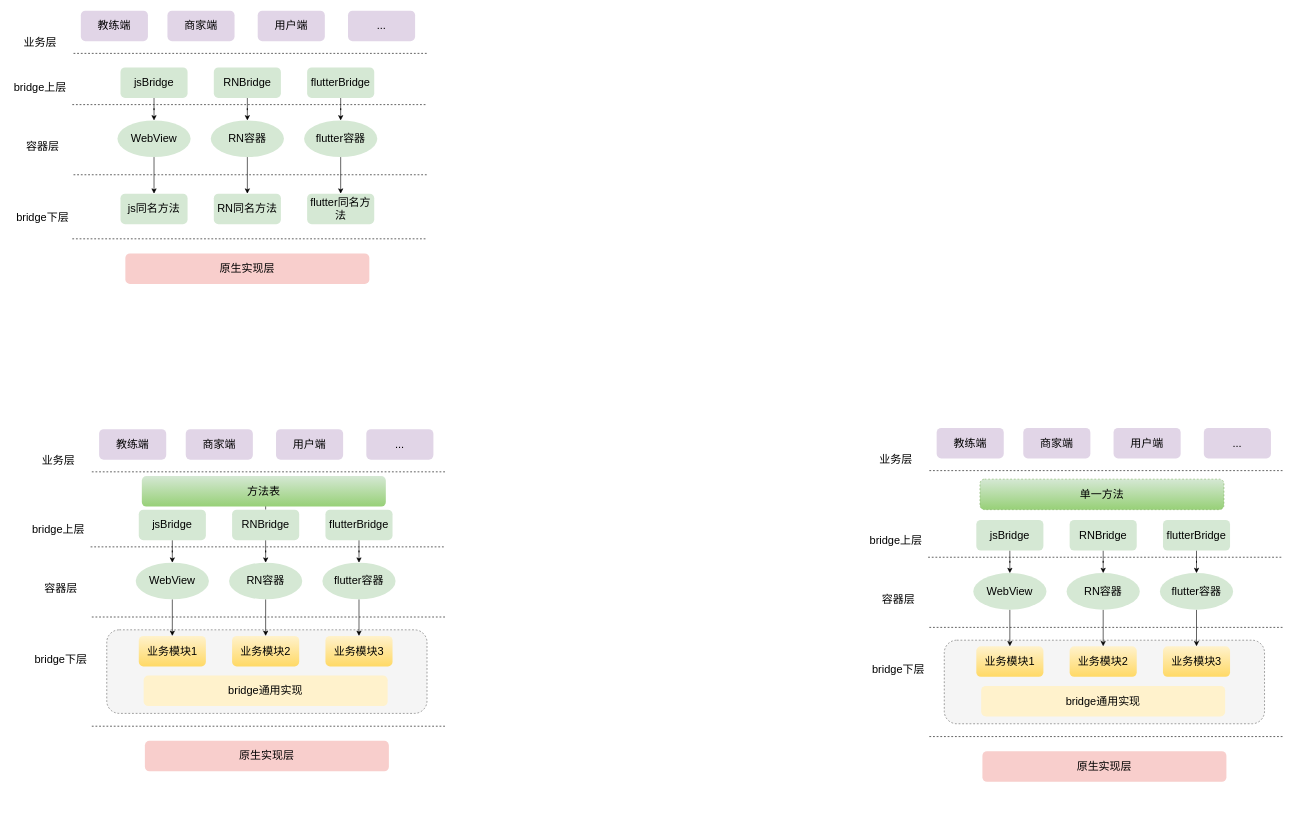
Earlier version of the draw.io diagram page "第 1 页" (1 of 3) of .drawio-chrome/通用bridge.drawio (yyht800/SiGuoYa). Source tidied: cells renumbered, new cells numbered last; positions are measured from the earlier drawing's top-left corner, leaving out a move shared by most shapes. Both pictures are drawn from the tidied source at 61%, with x=0, y=0 at pixel (10, 10).
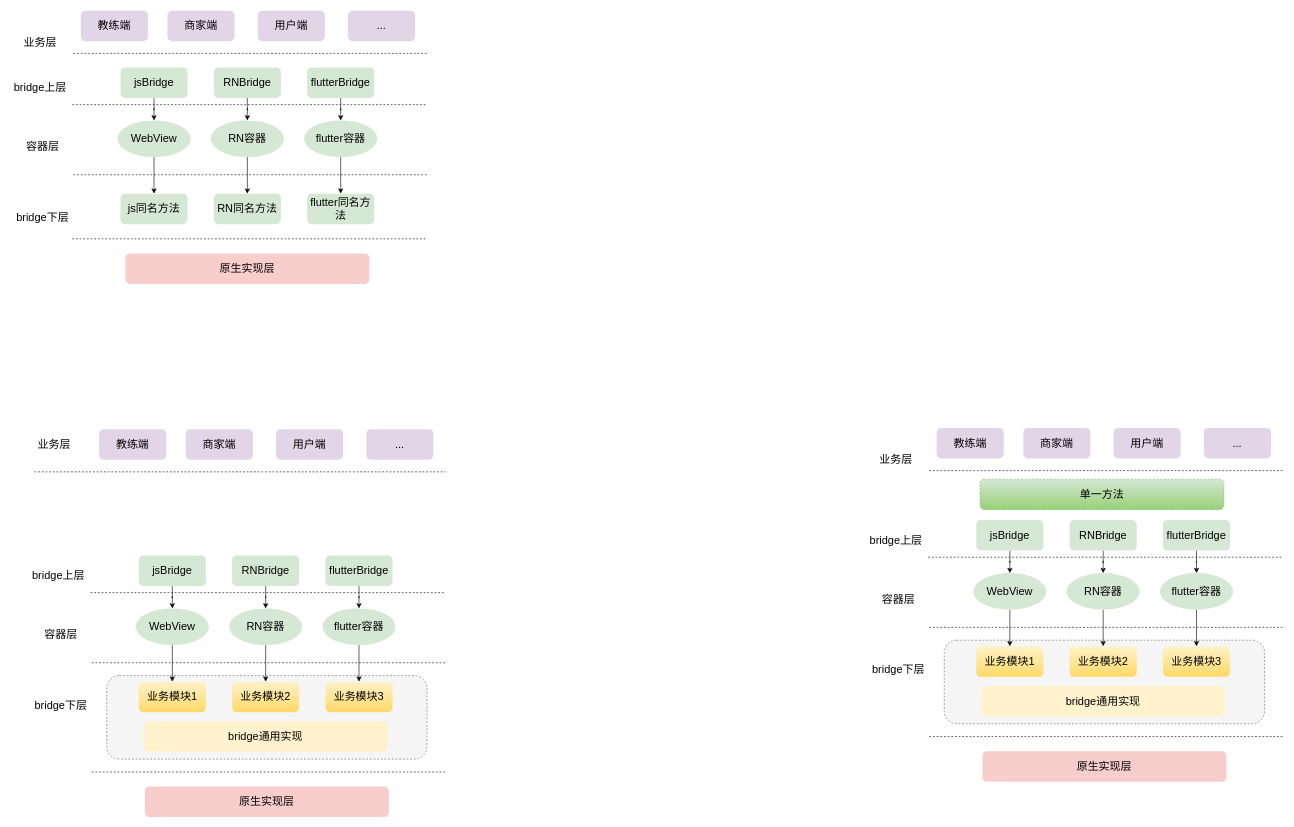
The same page after the edit.

Change to the diagram source:
```diff
@@
     <mxCell id="2" style="rounded=1;whiteSpace=wrap;html=1;dashed=1;fontSize=18;strokeWidth=1;fillColor=#f5f5f5;strokeColor=#666666;fontColor=#333333;" parent="1" vertex="1">
-      <mxGeometry x="157.5" y="1015" width="525" height="137" as="geometry" />
+      <mxGeometry x="157.5" y="1090" width="525" height="137" as="geometry" />
     </mxCell>
@@
     <mxCell id="31" style="line;strokeWidth=1;html=1;dashed=1;" parent="1" vertex="1">
-      <mxGeometry x="133" y="751" width="580" height="10" as="geometry" />
+      <mxGeometry x="39" y="751" width="674" height="10" as="geometry" />
     </mxCell>
     <mxCell id="32" value="业务层" style="text;html=1;align=center;verticalAlign=middle;strokeColor=none;fillColor=none;fontSize=18;" parent="1" vertex="1">
-      <mxGeometry x="43" y="723" width="70" height="30" as="geometry" />
+      <mxGeometry x="36" y="696" width="70" height="30" as="geometry" />
     </mxCell>
@@
     <mxCell id="37" value="bridge上层" style="text;html=1;align=center;verticalAlign=middle;strokeColor=none;fillColor=none;fontSize=18;" parent="1" vertex="1">
-      <mxGeometry x="30" y="838" width="96" height="26" as="geometry" />
+      <mxGeometry x="30" y="913" width="96" height="26" as="geometry" />
     </mxCell>
     <mxCell id="38" style="line;strokeWidth=1;html=1;dashed=1;" parent="1" vertex="1">
-      <mxGeometry x="131" y="874" width="580" height="10" as="geometry" />
+      <mxGeometry x="131" y="949" width="580" height="10" as="geometry" />
     </mxCell>
@@
     <mxCell id="40" value="jsBridge" style="rounded=1;whiteSpace=wrap;html=1;dashed=1;fontSize=18;strokeWidth=1;strokeColor=none;fillColor=#d5e8d4;" parent="1" vertex="1">
-      <mxGeometry x="210" y="818" width="110" height="50" as="geometry" />
+      <mxGeometry x="210" y="893" width="110" height="50" as="geometry" />
     </mxCell>
@@
-    <mxCell id="42" style="edgeStyle=orthogonalEdgeStyle;rounded=0;jettySize=auto;html=1;" parent="1" edge="1" source="43" target="91">
-      <mxGeometry relative="1" as="geometry" />
-    </mxCell>
     <mxCell id="43" value="RNBridge" style="rounded=1;whiteSpace=wrap;html=1;dashed=1;fontSize=18;strokeWidth=1;strokeColor=none;fillColor=#d5e8d4;" parent="1" vertex="1">
-      <mxGeometry x="363" y="818" width="110" height="50" as="geometry" />
+      <mxGeometry x="363" y="893" width="110" height="50" as="geometry" />
     </mxCell>
@@
     <mxCell id="45" value="flutterBridge" style="rounded=1;whiteSpace=wrap;html=1;dashed=1;fontSize=18;strokeWidth=1;strokeColor=none;fillColor=#d5e8d4;" parent="1" vertex="1">
-      <mxGeometry x="516" y="818" width="110" height="50" as="geometry" />
+      <mxGeometry x="516" y="893" width="110" height="50" as="geometry" />
     </mxCell>
@@
     <mxCell id="47" value="WebView" style="ellipse;whiteSpace=wrap;html=1;fontSize=18;fillColor=#d5e8d4;strokeColor=none;rounded=1;dashed=1;strokeWidth=1;" parent="1" vertex="1">
-      <mxGeometry x="205" y="905" width="120" height="60" as="geometry" />
+      <mxGeometry x="205" y="980" width="120" height="60" as="geometry" />
     </mxCell>
@@
     <mxCell id="49" value="RN容器" style="ellipse;whiteSpace=wrap;html=1;fontSize=18;fillColor=#d5e8d4;strokeColor=none;rounded=1;dashed=1;strokeWidth=1;" parent="1" vertex="1">
-      <mxGeometry x="358" y="905" width="120" height="60" as="geometry" />
+      <mxGeometry x="358" y="980" width="120" height="60" as="geometry" />
     </mxCell>
@@
     <mxCell id="51" value="flutter容器" style="ellipse;whiteSpace=wrap;html=1;fontSize=18;fillColor=#d5e8d4;strokeColor=none;rounded=1;dashed=1;strokeWidth=1;" parent="1" vertex="1">
-      <mxGeometry x="511" y="905" width="120" height="60" as="geometry" />
+      <mxGeometry x="511" y="980" width="120" height="60" as="geometry" />
     </mxCell>
     <mxCell id="52" style="line;strokeWidth=1;html=1;dashed=1;" parent="1" vertex="1">
-      <mxGeometry x="133" y="989" width="580" height="10" as="geometry" />
+      <mxGeometry x="133" y="1064" width="580" height="10" as="geometry" />
     </mxCell>
     <mxCell id="53" value="容器层" style="text;html=1;align=center;verticalAlign=middle;strokeColor=none;fillColor=none;fontSize=18;" parent="1" vertex="1">
-      <mxGeometry x="50" y="935" width="64" height="26" as="geometry" />
+      <mxGeometry x="50" y="1010" width="64" height="26" as="geometry" />
     </mxCell>
     <mxCell id="54" value="bridge下层" style="text;html=1;align=center;verticalAlign=middle;strokeColor=none;fillColor=none;fontSize=18;" parent="1" vertex="1">
-      <mxGeometry x="34" y="1051" width="96" height="26" as="geometry" />
+      <mxGeometry x="34" y="1126" width="96" height="26" as="geometry" />
     </mxCell>
     <mxCell id="55" style="line;strokeWidth=1;html=1;dashed=1;" parent="1" vertex="1">
-      <mxGeometry x="133" y="1168" width="580" height="10" as="geometry" />
+      <mxGeometry x="133" y="1243" width="580" height="10" as="geometry" />
     </mxCell>
     <mxCell id="56" value="业务模块1" style="rounded=1;whiteSpace=wrap;html=1;dashed=1;fontSize=18;strokeWidth=1;strokeColor=none;fillColor=#fff2cc;gradientColor=#ffd966;" parent="1" vertex="1">
-      <mxGeometry x="210" y="1025" width="110" height="50" as="geometry" />
+      <mxGeometry x="210" y="1100" width="110" height="50" as="geometry" />
     </mxCell>
     <mxCell id="57" value="业务模块2" style="rounded=1;whiteSpace=wrap;html=1;dashed=1;fontSize=18;strokeWidth=1;strokeColor=none;fillColor=#fff2cc;gradientColor=#ffd966;" parent="1" vertex="1">
-      <mxGeometry x="363" y="1025" width="110" height="50" as="geometry" />
+      <mxGeometry x="363" y="1100" width="110" height="50" as="geometry" />
     </mxCell>
     <mxCell id="58" value="业务模块3" style="rounded=1;whiteSpace=wrap;html=1;dashed=1;fontSize=18;strokeWidth=1;strokeColor=none;fillColor=#fff2cc;gradientColor=#ffd966;" parent="1" vertex="1">
-      <mxGeometry x="516" y="1025" width="110" height="50" as="geometry" />
+      <mxGeometry x="516" y="1100" width="110" height="50" as="geometry" />
     </mxCell>
     <mxCell id="59" value="原生实现层" style="rounded=1;whiteSpace=wrap;html=1;dashed=1;fontSize=18;strokeWidth=1;strokeColor=none;fillColor=#f8cecc;" parent="1" vertex="1">
-      <mxGeometry x="220" y="1197" width="400" height="50" as="geometry" />
+      <mxGeometry x="220" y="1272" width="400" height="50" as="geometry" />
     </mxCell>
     <mxCell id="60" value="bridge通用实现" style="rounded=1;whiteSpace=wrap;html=1;dashed=1;fontSize=18;strokeWidth=1;strokeColor=none;fillColor=#fff2cc;" parent="1" vertex="1">
-      <mxGeometry x="218" y="1090" width="400" height="50" as="geometry" />
+      <mxGeometry x="218" y="1165" width="400" height="50" as="geometry" />
     </mxCell>
@@
-    <mxCell id="91" value="方法表" style="rounded=1;whiteSpace=wrap;html=1;dashed=1;fontSize=18;strokeWidth=1;strokeColor=none;fillColor=#d5e8d4;gradientColor=#97d077;" parent="1" vertex="1">
-      <mxGeometry x="215" y="763" width="400" height="50" as="geometry" />
-    </mxCell>
```
